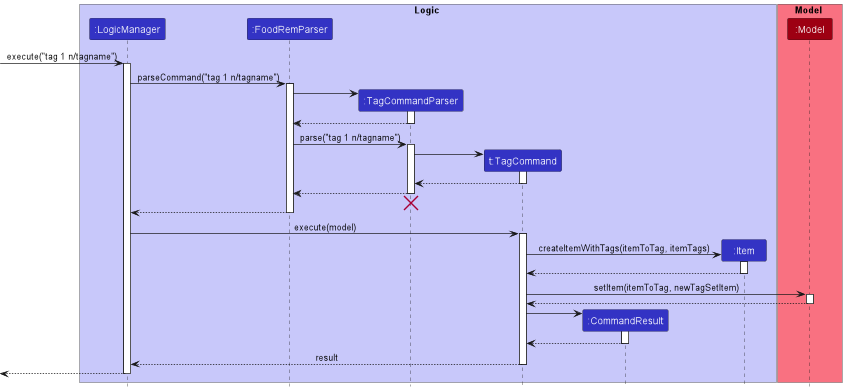
The PlantUML diagram docs/images/TagSequenceDiagram.png in nus-cs2103-AY2223S1/tp, before a commit.
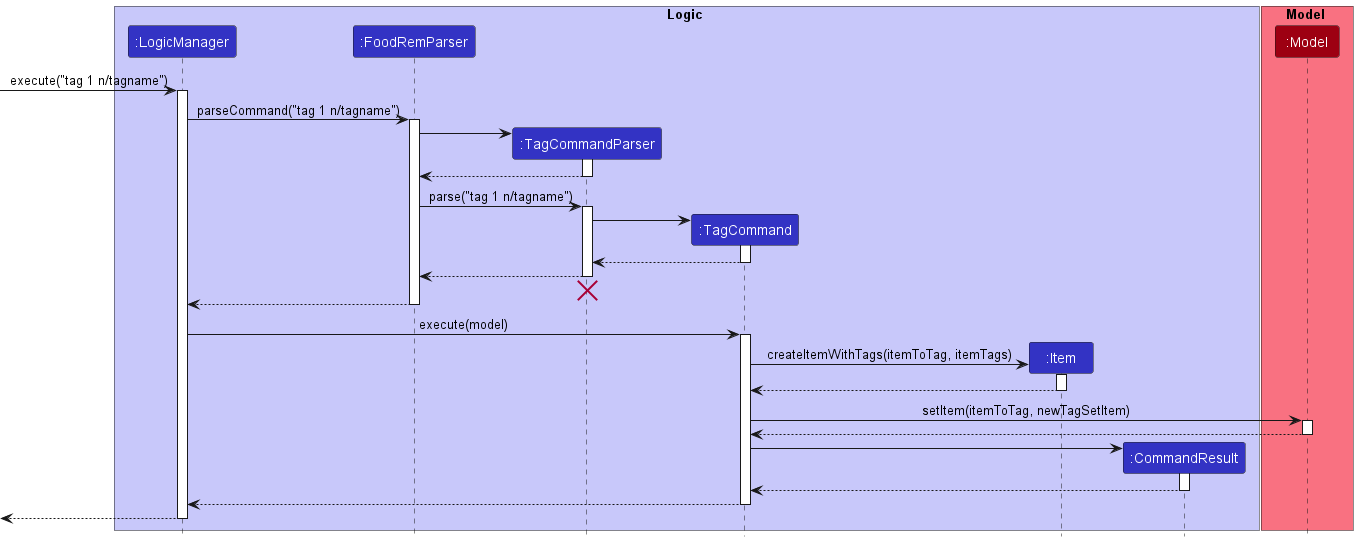
After the change.

Commit message:
Update Tag sequence diagram

Diff of the diagram source:
```diff
@@ -5,9 +5,9 @@
 participant ":LogicManager" as LogicManager LOGIC_COLOR
 participant ":FoodRemParser" as FoodRemParser LOGIC_COLOR
 participant ":TagCommandParser" as TagCommandParser LOGIC_COLOR
-participant "t:TagCommand" as TagCommand LOGIC_COLOR
+participant ":TagCommand" as TagCommand LOGIC_COLOR
+participant ":Item" as Item LOGIC_COLOR
 participant ":CommandResult" as CommandResult LOGIC_COLOR
-participant ":Item" as Item LOGIC_COLOR
 
 end box
 
@@ -69,7 +69,7 @@
 CommandResult --> TagCommand
 deactivate CommandResult
 
-TagCommand --> LogicManager : result
+TagCommand --> LogicManager
 deactivate TagCommand
 
 [<--LogicManager
```
